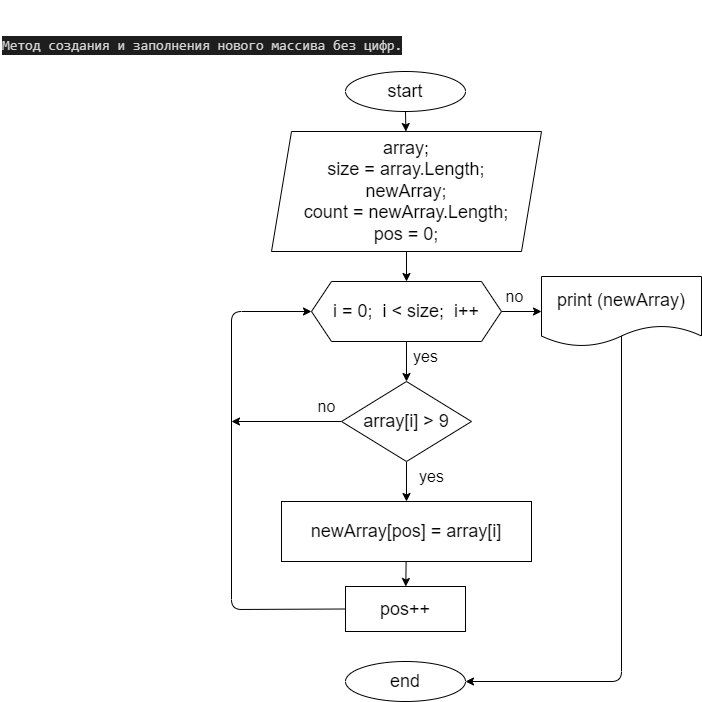
Earlier version of the draw.io export Task_final/diagram.drawio.png (LiudmilaKozenkova/CSharp_Homework_Seminar_9_Final). Source tidied: cells renumbered, new cells last; positions are measured from the earlier drawing's top-left corner, leaving out a move shared by most shapes.
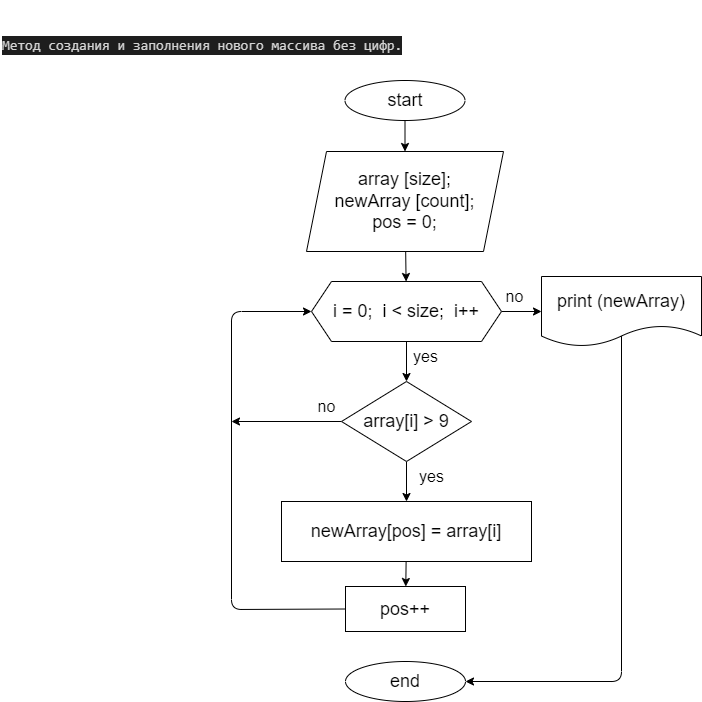
After the commit.

Commit message:
Правки последние

What changed in the source:
```diff
@@ -9,13 +9,13 @@
       <mxGeometry relative="1" as="geometry" />
     </mxCell>
     <mxCell id="4" value="&lt;font style=&quot;font-size: 18px&quot;&gt;start&lt;/font&gt;" style="ellipse;whiteSpace=wrap;html=1;" parent="1" vertex="1">
-      <mxGeometry x="345" y="71" width="120" height="40" as="geometry" />
+      <mxGeometry x="344.5" y="80" width="120" height="40" as="geometry" />
     </mxCell>
     <mxCell id="5" style="edgeStyle=none;html=1;fontSize=18;" parent="1" edge="1" source="6" target="9">
       <mxGeometry relative="1" as="geometry" />
     </mxCell>
-    <mxCell id="6" value="&lt;font style=&quot;font-size: 18px&quot;&gt;array;&lt;br&gt;size = array.Length;&lt;br&gt;newArray;&lt;br&gt;сount = newArray.Length;&lt;br&gt;pos = 0;&lt;/font&gt;" style="shape=parallelogram;perimeter=parallelogramPerimeter;whiteSpace=wrap;html=1;fixedSize=1;" parent="1" vertex="1">
-      <mxGeometry x="271" y="131" width="270" height="120" as="geometry" />
+    <mxCell id="6" value="&lt;font style=&quot;font-size: 18px&quot;&gt;array [size];&lt;br&gt;newArray [count];&lt;br&gt;pos = 0;&lt;/font&gt;" style="shape=parallelogram;perimeter=parallelogramPerimeter;whiteSpace=wrap;html=1;fixedSize=1;" parent="1" vertex="1">
+      <mxGeometry x="306" y="151" width="197" height="100" as="geometry" />
     </mxCell>
     <mxCell id="7" style="edgeStyle=none;html=1;fontSize=18;" parent="1" edge="1" source="9" target="12">
       <mxGeometry relative="1" as="geometry" />
```
